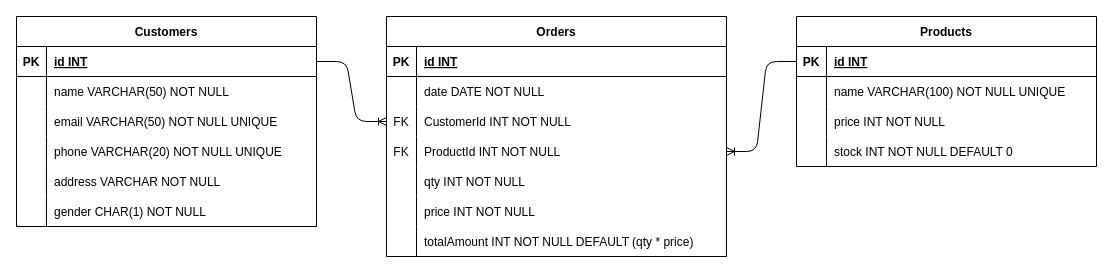
udibagas/sesi-8 keeps this draw.io diagram as schema.dio. Above is the earlier version. Source tidied: cells renumbered, new cells numbered last; positions are measured from the earlier drawing's top-left corner, leaving out a move shared by most shapes. Both pictures are drawn from the tidied source at 100%, with x=0, y=0 at pixel (16, 16).
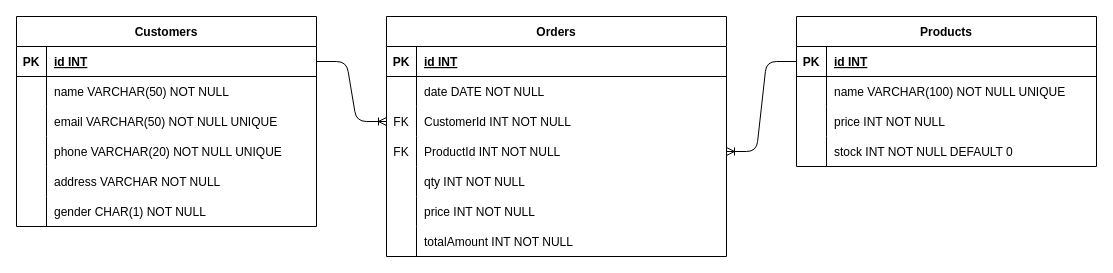
The same page after the edit.

The change refers to these unchanged cells:
```xml
<mxCell id="53" style="shape=tableRow;horizontal=0;startSize=0;swimlaneHead=0;swimlaneBody=0;fillColor=none;top=0;left=0;right=0;bottom=0;" parent="34" vertex="1">
  <mxGeometry y="210" width="340" height="30" as="geometry" />
</mxCell>
```

Change to the diagram source:
```diff
@@
-    <mxCell id="55" value="totalAmount INT NOT NULL DEFAULT (qty * price)" style="shape=partialRectangle;fillColor=none;top=0;left=0;bottom=0;right=0;align=left;spacingLeft=6;overflow=hidden;" parent="53" vertex="1">
+    <mxCell id="55" value="totalAmount INT NOT NULL" style="shape=partialRectangle;fillColor=none;top=0;left=0;bottom=0;right=0;align=left;spacingLeft=6;overflow=hidden;" parent="53" vertex="1">
       <mxGeometry x="30" width="310" height="30" as="geometry" />
     </mxCell>
```
